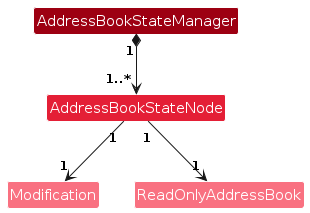
This is diagrams/AddressBookStateManagerClassDiagram.png from kevinlimantoro123/tp, a PlantUML export, as it was before one commit. Its source is kept beside it as diagrams/AddressBookStateManagerClassDiagram.puml.
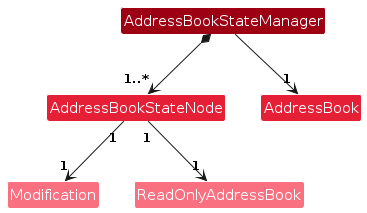
After the commit.

Diff of the diagram source:
```diff
@@ -12,11 +12,14 @@
 }
 
 class AddressBookStateNode MODEL_COLOR_T2
+class AddressBook MODEL_COLOR_T2
 class Modification MODEL_COLOR_T1
 class ReadOnlyAddressBook MODEL_COLOR_T1
 
 
-AddressBookStateManager "1" *--> "1..*" AddressBookStateNode
+AddressBookStateManager *--> "1..*" AddressBookStateNode
+AddressBookStateManager --> "1" AddressBook
 AddressBookStateNode "1" --> "1" Modification
 AddressBookStateNode "1" --> "1" ReadOnlyAddressBook
+
 @enduml
```
